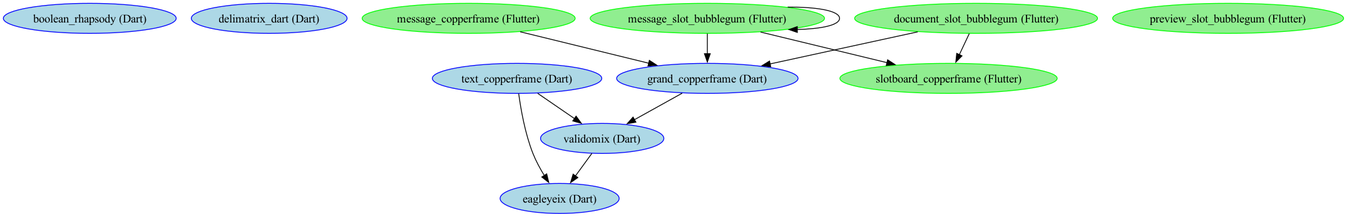
Earlier version of the Graphviz export dart-software-dependencies.png (flarebyte/overview). Its source is kept beside it as dart-software-dependencies.dot.
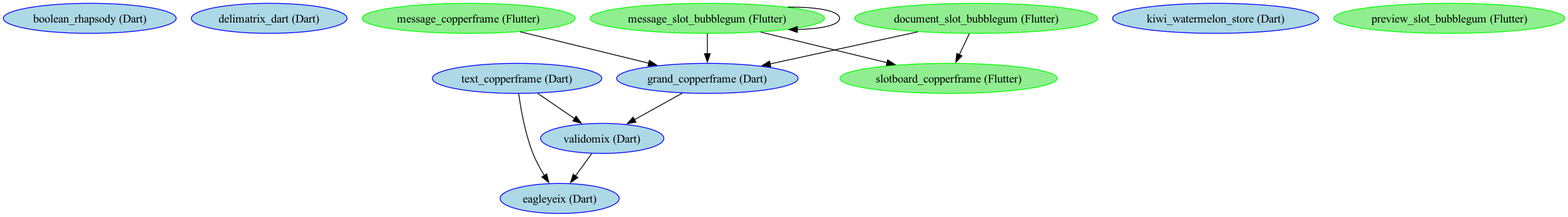
The same diagram one commit later.

What changed in the source:
```diff
@@ -3,6 +3,7 @@
 delimatrixdart [label="delimatrix_dart (Dart)", color=blue, style=filled, fillcolor=lightblue];
 eagleyeix [label="eagleyeix (Dart)", color=blue, style=filled, fillcolor=lightblue];
 grandcopperframe [label="grand_copperframe (Dart)", color=blue, style=filled, fillcolor=lightblue];
+kiwiwatermelonstore [label="kiwi_watermelon_store (Dart)", color=blue, style=filled, fillcolor=lightblue];
 textcopperframe [label="text_copperframe (Dart)", color=blue, style=filled, fillcolor=lightblue];
 validomix [label="validomix (Dart)", color=blue, style=filled, fillcolor=lightblue];
 documentslotbubblegum [label="document_slot_bubblegum (Flutter)", color=green, style=filled, fillcolor=lightgreen];
```
